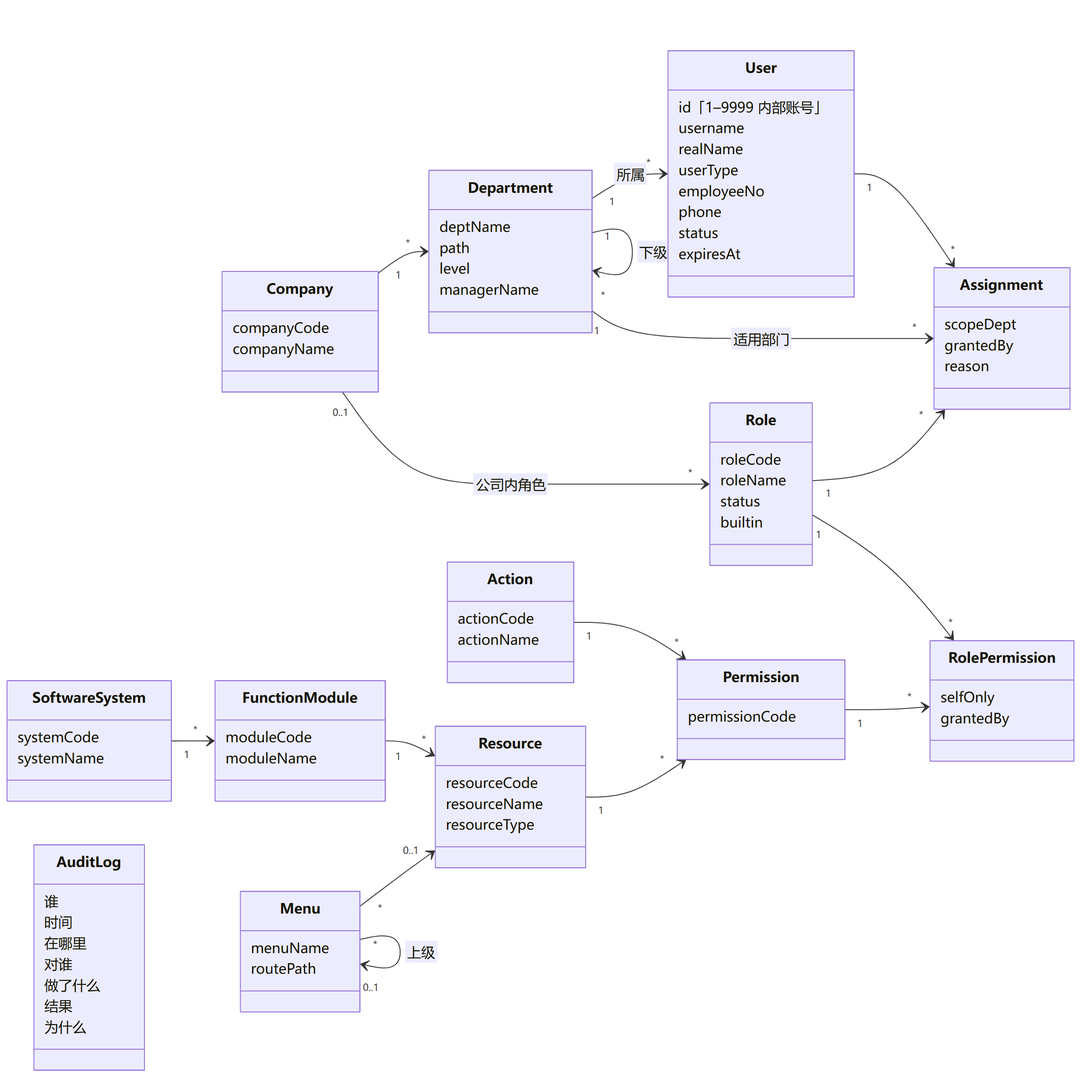
Above: diagrams/export/domain-model.png in vintcessun/OOAD (Mermaid), before the change. Its source is kept beside it as diagrams/src/domain-model.mmd.
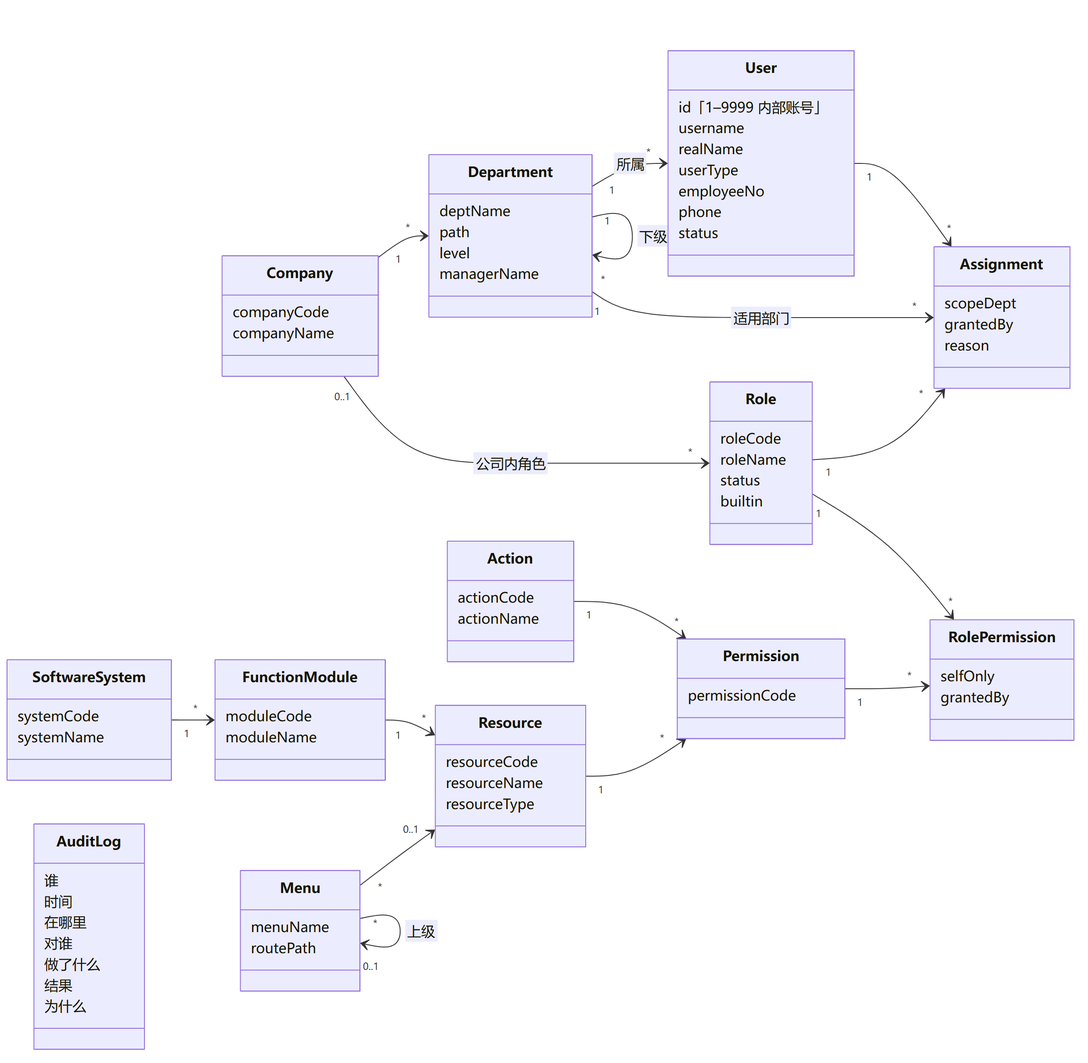
After the commit.

Diff of the diagram source:
```diff
@@ -18,7 +18,6 @@
         employeeNo
         phone
         status
-        expiresAt
     }
     class Role {
         roleCode
```
